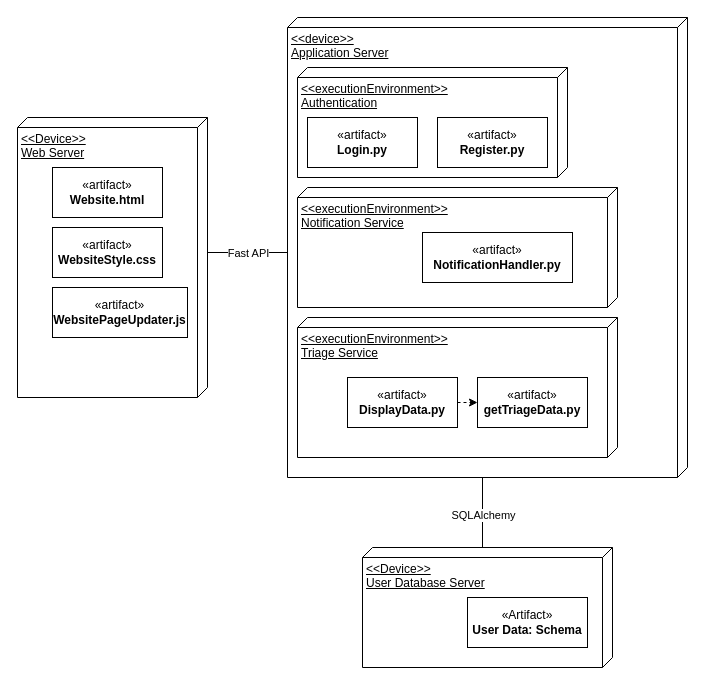
uvic-teach/project-m1-team8 keeps this draw.io diagram as Usecases/UI_deployment.drawio. Above is the earlier version. Source tidied: cells renumbered, new cells numbered last; positions are measured from the earlier drawing's top-left corner, leaving out a move shared by most shapes. Both pictures are drawn from the tidied source at 100%, with x=0, y=0 at pixel (17, 17).
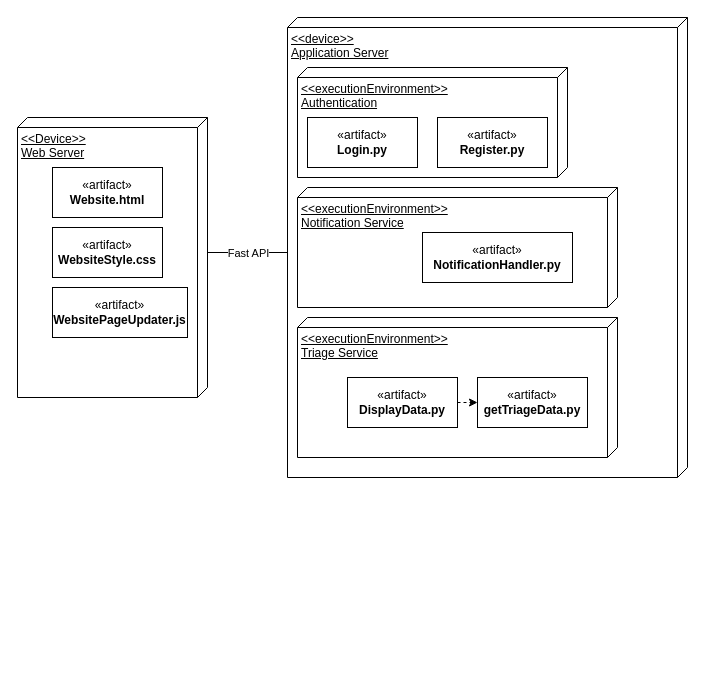
Above is the later version.

Unchanged cells that the change refers to:
```xml
<mxCell id="2" value="&lt;div&gt;&amp;lt;&amp;lt;device&amp;gt;&amp;gt;&lt;/div&gt;&lt;div&gt;Application Server&lt;/div&gt;&lt;div&gt;&lt;br&gt;&lt;/div&gt;" style="verticalAlign=top;align=left;spacingTop=8;spacingLeft=2;spacingRight=12;shape=cube;size=10;direction=south;fontStyle=4;html=1;whiteSpace=wrap;" parent="1" vertex="1">
  <mxGeometry x="270" width="400" height="460" as="geometry" />
</mxCell>
```

The edit, as a diff of the source:
```diff
@@
-    <mxCell id="8" value="&lt;div&gt;&amp;lt;&amp;lt;Device&amp;gt;&amp;gt;&lt;/div&gt;&lt;div&gt;User Database Server&lt;br&gt;&lt;/div&gt;" style="verticalAlign=top;align=left;spacingTop=8;spacingLeft=2;spacingRight=12;shape=cube;size=10;direction=south;fontStyle=4;html=1;whiteSpace=wrap;" parent="1" vertex="1">
-      <mxGeometry x="345" y="530" width="250" height="120" as="geometry" />
-    </mxCell>
-    <mxCell id="9" value="&lt;div&gt;«Artifact»&lt;b&gt;&lt;br&gt;&lt;/b&gt;&lt;/div&gt;&lt;div&gt;&lt;b&gt;User Data: Schema&lt;br&gt;&lt;/b&gt;&lt;/div&gt;" style="html=1;whiteSpace=wrap;" parent="1" vertex="1">
-      <mxGeometry x="450" y="580" width="120" height="50" as="geometry" />
-    </mxCell>
@@
-    <mxCell id="19" style="endArrow=none;html=1;rounded=0;exitX=0;exitY=0;exitDx=0;exitDy=130;exitPerimeter=0;entryX=0;entryY=0;entryDx=460;entryDy=205;entryPerimeter=0;" parent="1" edge="1" source="8" target="2">
-      <mxGeometry relative="1" as="geometry" />
-    </mxCell>
-    <mxCell id="20" value="SQLAlchemy" style="edgeLabel;html=1;align=center;verticalAlign=middle;" parent="19" vertex="1">
-      <mxGeometry x="-0.05" relative="1" as="geometry" />
-    </mxCell>
```
